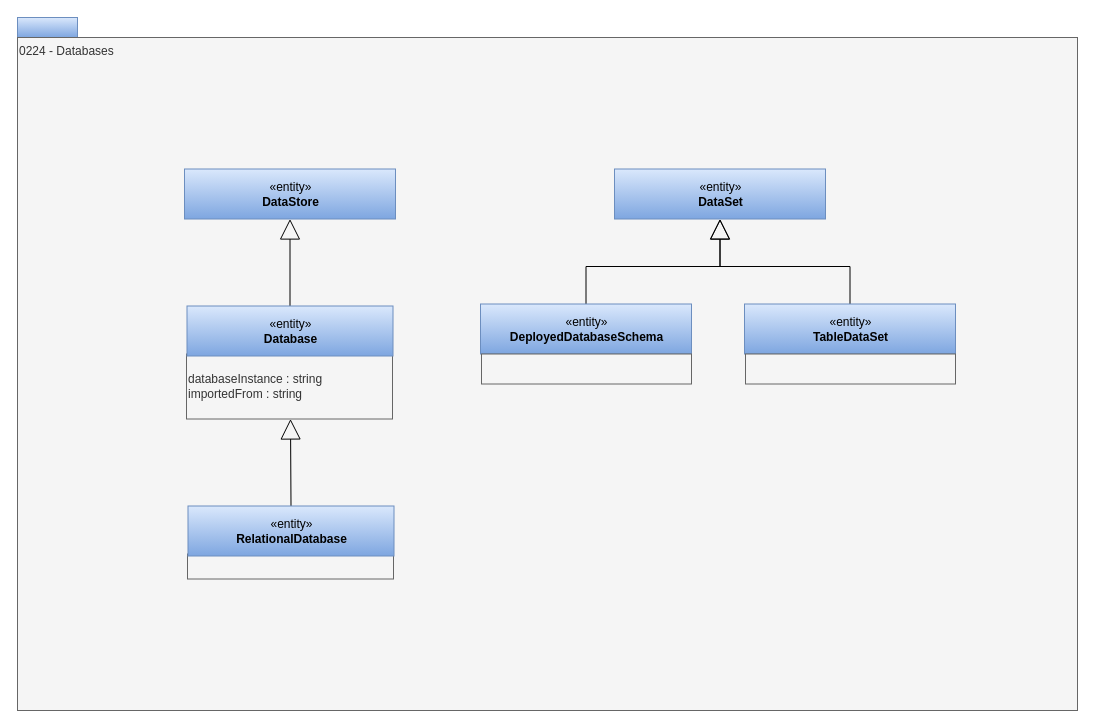
Before: page "0224-Databases" (14 of 25) of site/docs/types/2/area-2-assets.drawio in odpi/egeria-docs, a draw.io diagram. Source tidied: cells renumbered, new cells numbered last; positions are measured from the earlier drawing's top-left corner, leaving out a move shared by most shapes. Both pictures are drawn from the tidied source at 100%, with x=0, y=0 at pixel (17, 17).
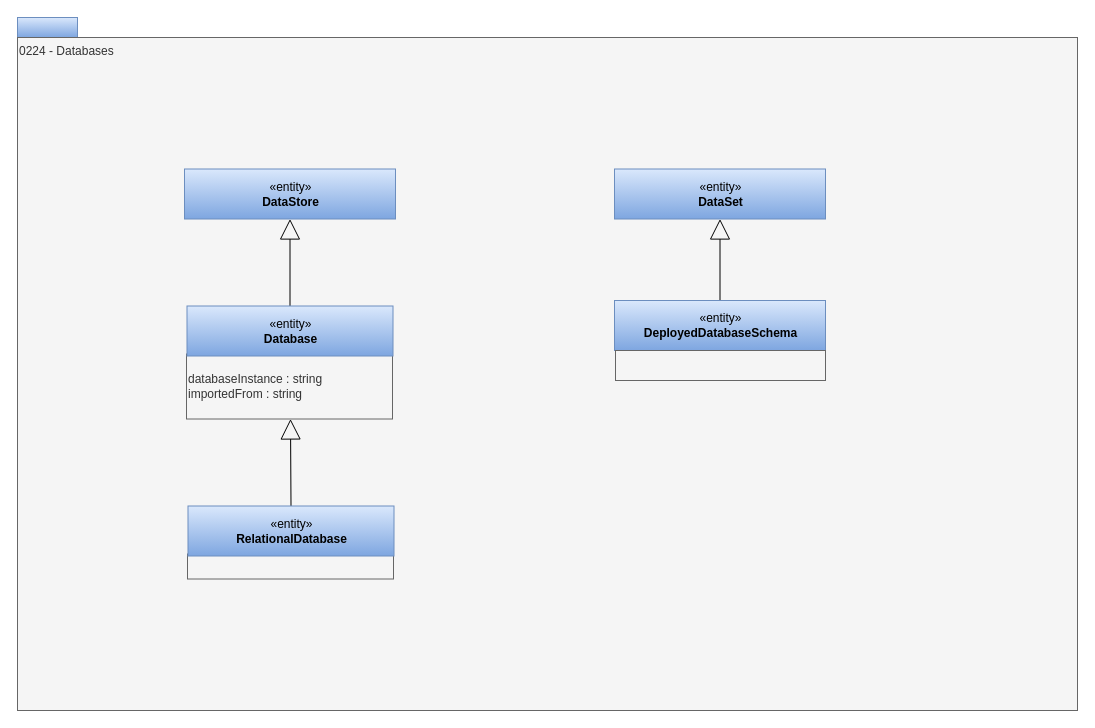
The same page after the edit.

What changed in the source:
```diff
@@
 <mxGraphModel>
   <root>
     <mxCell id="0" />
     <mxCell id="1" parent="0" />
     <mxCell id="2" style="rounded=0;whiteSpace=wrap;html=1;align=left;fillColor=#dae8fc;strokeColor=#6c8ebf;gradientColor=#7ea6e0;" parent="1" vertex="1">
       <mxGeometry width="60" height="20" as="geometry" />
     </mxCell>
     <mxCell id="3" value="0224 - Databases" style="rounded=0;whiteSpace=wrap;html=1;align=left;verticalAlign=top;fillColor=#f5f5f5;fontColor=#333333;strokeColor=#666666;" parent="1" vertex="1">
       <mxGeometry y="20" width="1060" height="673" as="geometry" />
     </mxCell>
     <mxCell id="4" style="edgeStyle=orthogonalEdgeStyle;rounded=0;jettySize=auto;html=1;exitX=0.5;exitY=0;exitDx=0;exitDy=0;endArrow=block;endFill=0;strokeWidth=1;endSize=18;" parent="1" edge="1" source="5" target="7">
       <mxGeometry relative="1" as="geometry" />
     </mxCell>
     <mxCell id="5" value="«entity»&lt;br&gt;&lt;b&gt;DeployedDatabaseSchema&lt;/b&gt;" style="html=1;strokeColor=#6c8ebf;align=center;fillColor=#dae8fc;gradientColor=#7ea6e0;" parent="1" vertex="1">
-      <mxGeometry x="463" y="286.5" width="211" height="50" as="geometry" />
+      <mxGeometry x="597" y="283" width="211" height="50" as="geometry" />
     </mxCell>
     <mxCell id="6" style="rounded=0;whiteSpace=wrap;html=1;strokeColor=#666666;align=left;fillColor=#f5f5f5;fontColor=#333333;" parent="1" vertex="1">
-      <mxGeometry x="464" y="336.5" width="210" height="30" as="geometry" />
+      <mxGeometry x="598" y="333" width="210" height="30" as="geometry" />
     </mxCell>
     <mxCell id="7" value="«entity»&lt;br&gt;&lt;b&gt;DataSet&lt;/b&gt;" style="html=1;strokeColor=#6c8ebf;align=center;fillColor=#dae8fc;gradientColor=#7ea6e0;" parent="1" vertex="1">
       <mxGeometry x="597" y="151.5" width="211" height="50" as="geometry" />
     </mxCell>
     <mxCell id="8" value="databaseInstance : string&lt;br&gt;importedFrom : string" style="rounded=0;whiteSpace=wrap;html=1;strokeColor=#666666;align=left;fillColor=#f5f5f5;fontColor=#333333;" parent="1" vertex="1">
       <mxGeometry x="169" y="336.5" width="206" height="65" as="geometry" />
     </mxCell>
     <mxCell id="9" style="edgeStyle=orthogonalEdgeStyle;rounded=0;jettySize=auto;html=1;exitX=0.5;exitY=0;exitDx=0;exitDy=0;strokeWidth=1;endArrow=block;endFill=0;endSize=18;" parent="1" edge="1" source="10" target="11">
       <mxGeometry relative="1" as="geometry" />
     </mxCell>
     <mxCell id="10" value="«entity»&lt;br&gt;&lt;b&gt;Database&lt;/b&gt;" style="html=1;strokeColor=#6c8ebf;align=center;fillColor=#dae8fc;gradientColor=#7ea6e0;" parent="1" vertex="1">
       <mxGeometry x="169.5" y="288.5" width="206" height="50" as="geometry" />
     </mxCell>
     <mxCell id="11" value="«entity»&lt;br&gt;&lt;b&gt;DataStore&lt;/b&gt;" style="html=1;strokeColor=#6c8ebf;align=center;fillColor=#dae8fc;gradientColor=#7ea6e0;" parent="1" vertex="1">
       <mxGeometry x="167" y="151.5" width="211" height="50" as="geometry" />
     </mxCell>
-    <mxCell id="12" style="edgeStyle=orthogonalEdgeStyle;rounded=0;jettySize=auto;html=1;exitX=0.5;exitY=0;exitDx=0;exitDy=0;strokeWidth=1;endArrow=block;endFill=0;endSize=18;" parent="1" edge="1" source="13" target="7">
-      <mxGeometry relative="1" as="geometry" />
-    </mxCell>
-    <mxCell id="13" value="«entity»&lt;br&gt;&lt;b&gt;TableDataSet&lt;/b&gt;" style="html=1;strokeColor=#6c8ebf;align=center;fillColor=#dae8fc;gradientColor=#7ea6e0;" parent="1" vertex="1">
-      <mxGeometry x="727" y="286.5" width="211" height="50" as="geometry" />
-    </mxCell>
-    <mxCell id="14" style="rounded=0;whiteSpace=wrap;html=1;strokeColor=#666666;align=left;fillColor=#f5f5f5;fontColor=#333333;" parent="1" vertex="1">
-      <mxGeometry x="728" y="336.5" width="210" height="30" as="geometry" />
-    </mxCell>
     <mxCell id="15" style="rounded=0;whiteSpace=wrap;html=1;strokeColor=#666666;align=left;fillColor=#f5f5f5;fontColor=#333333;" parent="1" vertex="1">
       <mxGeometry x="170" y="536.5" width="206" height="25" as="geometry" />
     </mxCell>
     <mxCell id="16" style="edgeStyle=orthogonalEdgeStyle;rounded=0;jettySize=auto;html=1;exitX=0.5;exitY=0;exitDx=0;exitDy=0;strokeWidth=1;endArrow=block;endFill=0;endSize=18;" parent="1" edge="1" source="17">
       <mxGeometry relative="1" as="geometry">
         <mxPoint x="273" y="401.5" as="targetPoint" />
       </mxGeometry>
     </mxCell>
     <mxCell id="17" value="«entity»&lt;br&gt;&lt;b&gt;RelationalDatabase&lt;/b&gt;" style="html=1;strokeColor=#6c8ebf;align=center;fillColor=#dae8fc;gradientColor=#7ea6e0;" parent="1" vertex="1">
       <mxGeometry x="170.5" y="488.5" width="206" height="50" as="geometry" />
     </mxCell>
   </root>
 </mxGraphModel>
```
